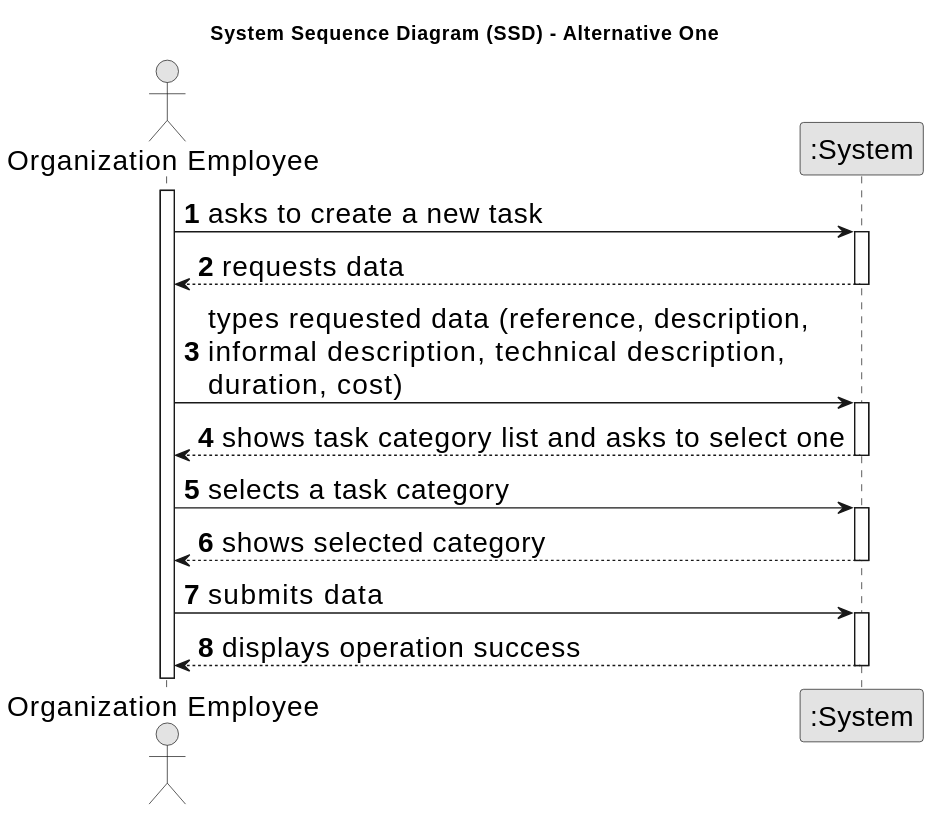
rita-barbosa/LAPR2-2223 keeps this PlantUML diagram as docs/sprintD/us019/01.requirements-engineering/svg/us019-system-sequence-diagram.svg. Above is the earlier version. The source it was exported from:
```plantuml
@startuml
skinparamlocked defaultFontSize 20
skinparam monochrome true
skinparam packageStyle rectangle
skinparam shadowing false

title System Sequence Diagram (SSD) - Alternative One

autonumber

actor "Organization Employee" as Employee
participant ":System" as System

activate Employee

    Employee -> System : asks to create a new task
    activate System

        System --> Employee : requests data
    deactivate System

    Employee -> System : types requested data (reference, description, \ninformal description, technical description,\nduration, cost)
    activate System

        System --> Employee : shows task category list and asks to select one
    deactivate System

    Employee -> System : selects a task category
    activate System

        System --> Employee : shows selected category
    deactivate System

    Employee -> System : submits data
    activate System

        System --> Employee : displays operation success
    deactivate System
@enduml
```
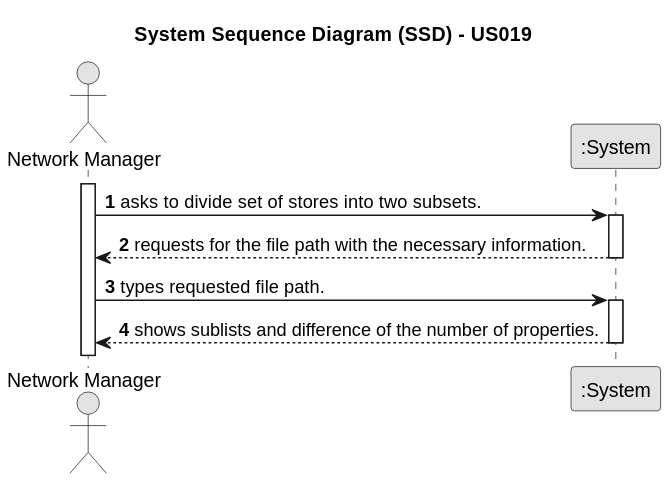
After the change.

Commit message:
Add system sequence diagram [US019][Requirements Engineering][#05 Task]

Change to the diagram source:
```diff
@@ -1,39 +1,25 @@
 @startuml
-skinparamlocked defaultFontSize 20
 skinparam monochrome true
 skinparam packageStyle rectangle
 skinparam shadowing false
 
-title System Sequence Diagram (SSD) - Alternative One
+title System Sequence Diagram (SSD) - US019
 
 autonumber
-
-actor "Organization Employee" as Employee
+actor "Network Manager" as Employee
 participant ":System" as System
 
 activate Employee
 
-    Employee -> System : asks to create a new task
+    Employee -> System : asks to divide set of stores into two subsets.
     activate System
 
-        System --> Employee : requests data
+        System --> Employee : requests for the file path with the necessary information.
     deactivate System
 
-    Employee -> System : types requested data (reference, description, \ninformal description, technical description,\nduration, cost)
+    Employee -> System : types requested file path.
     activate System
 
-        System --> Employee : shows task category list and asks to select one
-    deactivate System
-
-    Employee -> System : selects a task category
-    activate System
-
-        System --> Employee : shows selected category
-    deactivate System
-
-    Employee -> System : submits data
-    activate System
-
-        System --> Employee : displays operation success
+        System --> Employee : shows sublists and difference of the number of properties.
     deactivate System
 @enduml
```
